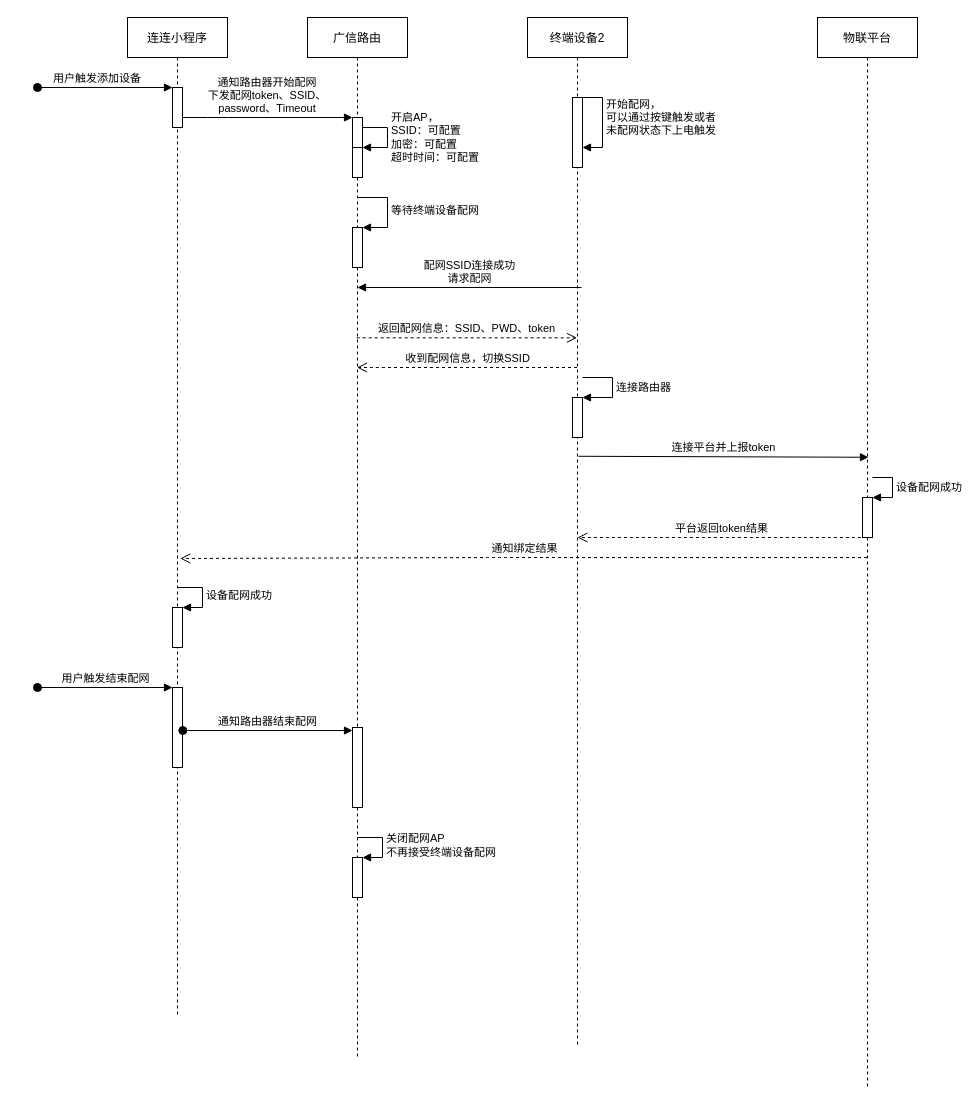
Earlier version of the draw.io diagram Untitled Diagram.drawio (xupenghu/bitmap). Source tidied: cells renumbered, new cells numbered last; positions are measured from the earlier drawing's top-left corner, leaving out a move shared by most shapes. Both pictures are drawn from the tidied source at 100%, with x=0, y=0 at pixel (37, 17).
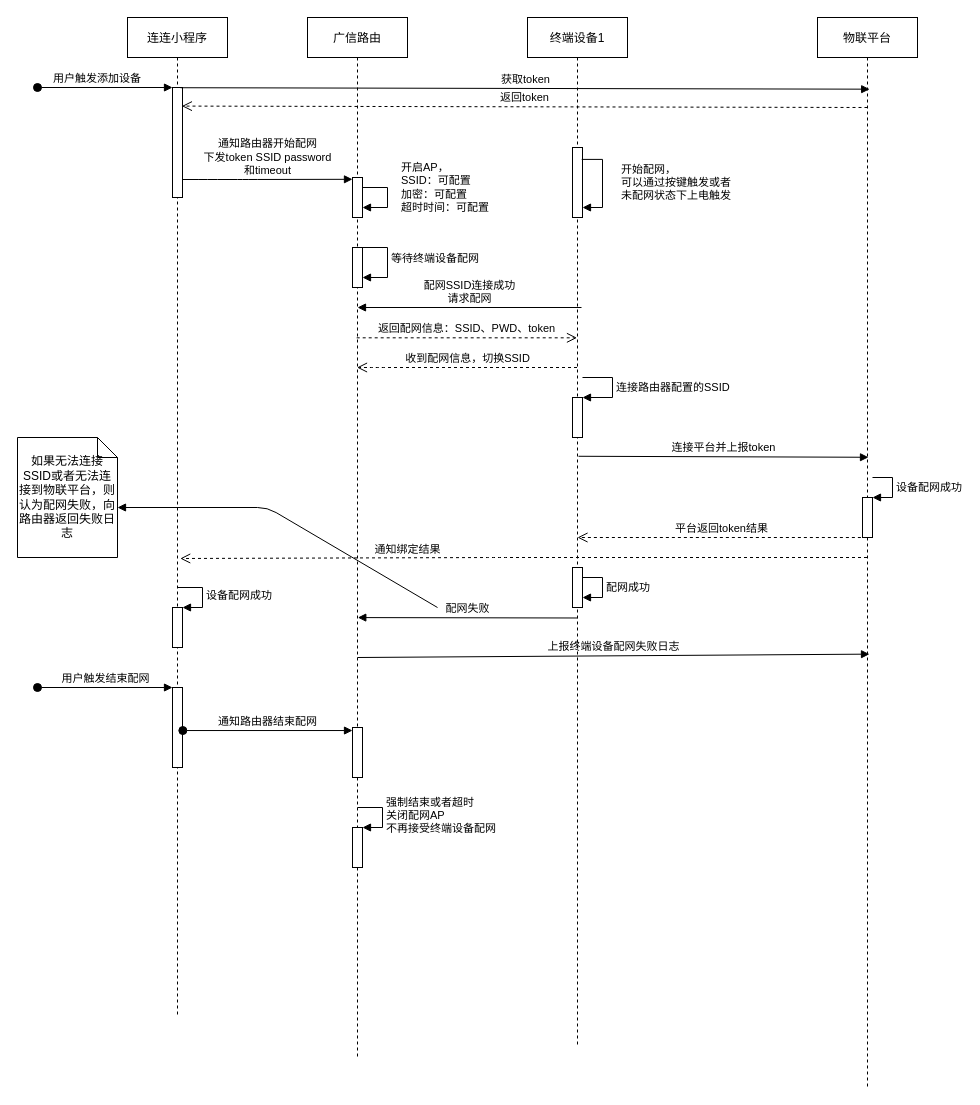
After the change.

Unchanged cells that the change refers to:
```xml
<mxCell id="2" value="连连小程序" style="shape=umlLifeline;perimeter=lifelinePerimeter;rounded=0;shadow=0;strokeWidth=1;" parent="1" vertex="1">
  <mxGeometry x="90" width="100" height="1000" as="geometry" />
</mxCell>
<mxCell id="9" value="广信路由" style="shape=umlLifeline;perimeter=lifelinePerimeter;rounded=0;shadow=0;strokeWidth=1;" parent="1" vertex="1">
  <mxGeometry x="270" width="100" height="1040" as="geometry" />
</mxCell>
<mxCell id="22" style="html=1;points=[];perimeter=orthogonalPerimeter;" parent="19" vertex="1">
  <mxGeometry x="45" y="380" width="10" height="40" as="geometry" />
</mxCell>
<mxCell id="25" value="物联平台" style="shape=umlLifeline;perimeter=lifelinePerimeter;rounded=0;shadow=0;strokeWidth=1;" parent="1" vertex="1">
  <mxGeometry x="780" width="100" height="1070" as="geometry" />
</mxCell>
```

Change to the diagram source:
```diff
@@
     <mxCell id="3" style="points=[];perimeter=orthogonalPerimeter;rounded=0;shadow=0;strokeWidth=1;" parent="2" vertex="1">
-      <mxGeometry x="45" y="70" width="10" height="40" as="geometry" />
+      <mxGeometry x="45" y="70" width="10" height="110" as="geometry" />
     </mxCell>
@@
     <mxCell id="10" style="points=[];perimeter=orthogonalPerimeter;rounded=0;shadow=0;strokeWidth=1;" parent="9" vertex="1">
-      <mxGeometry x="45" y="100" width="10" height="60" as="geometry" />
+      <mxGeometry x="45" y="160" width="10" height="40" as="geometry" />
     </mxCell>
-    <mxCell id="11" style="html=1;points=[];perimeter=orthogonalPerimeter;" parent="9" vertex="1">
-      <mxGeometry x="45" y="130" width="10" height="30" as="geometry" />
-    </mxCell>
-    <mxCell id="12" value="开启AP，&lt;br&gt;SSID：可配置&lt;br&gt;加密：可配置&lt;br&gt;超时时间：可配置" style="edgeStyle=orthogonalEdgeStyle;html=1;align=left;spacingLeft=2;endArrow=block;rounded=0;entryX=1;entryY=0;" parent="9" edge="1" target="11">
-      <mxGeometry relative="1" as="geometry">
-        <mxPoint x="55" y="110" as="sourcePoint" />
+    <mxCell id="12" value="开启AP，&lt;br&gt;SSID：可配置&lt;br&gt;加密：可配置&lt;br&gt;超时时间：可配置" style="edgeStyle=orthogonalEdgeStyle;html=1;align=left;spacingLeft=2;endArrow=block;rounded=0;" parent="9" edge="1">
+      <mxGeometry x="-0.29" y="10" relative="1" as="geometry">
+        <mxPoint x="55" y="170" as="sourcePoint" />
+        <mxPoint x="55" y="190" as="targetPoint" />
         <Array as="points">
-          <mxPoint x="80" y="110" />
+          <mxPoint x="55" y="170" />
+          <mxPoint x="80" y="170" />
+          <mxPoint x="80" y="190" />
         </Array>
       </mxGeometry>
     </mxCell>
     <mxCell id="13" style="html=1;points=[];perimeter=orthogonalPerimeter;" parent="9" vertex="1">
-      <mxGeometry x="45" y="210" width="10" height="40" as="geometry" />
+      <mxGeometry x="45" y="230" width="10" height="40" as="geometry" />
     </mxCell>
-    <mxCell id="14" value="等待终端设备配网" style="edgeStyle=orthogonalEdgeStyle;html=1;align=left;spacingLeft=2;endArrow=block;rounded=0;entryX=1;entryY=0;" parent="9" edge="1" target="13">
+    <mxCell id="14" value="等待终端设备配网" style="edgeStyle=orthogonalEdgeStyle;html=1;align=left;spacingLeft=2;endArrow=block;rounded=0;" parent="9" edge="1">
       <mxGeometry relative="1" as="geometry">
-        <mxPoint x="50" y="180" as="sourcePoint" />
+        <mxPoint x="55" y="230" as="sourcePoint" />
+        <mxPoint x="55" y="260" as="targetPoint" />
         <Array as="points">
-          <mxPoint x="80" y="180" />
-          <mxPoint x="80" y="210" />
+          <mxPoint x="51" y="230" />
+          <mxPoint x="80" y="230" />
+          <mxPoint x="80" y="260" />
         </Array>
       </mxGeometry>
     </mxCell>
     <mxCell id="15" style="html=1;points=[];perimeter=orthogonalPerimeter;" parent="9" vertex="1">
-      <mxGeometry x="45" y="710" width="10" height="80" as="geometry" />
+      <mxGeometry x="45" y="710" width="10" height="50" as="geometry" />
     </mxCell>
     <mxCell id="16" style="html=1;points=[];perimeter=orthogonalPerimeter;" parent="9" vertex="1">
-      <mxGeometry x="45" y="840" width="10" height="40" as="geometry" />
+      <mxGeometry x="45" y="810" width="10" height="40" as="geometry" />
     </mxCell>
-    <mxCell id="17" value="关闭配网AP&lt;br&gt;不再接受终端设备配网" style="edgeStyle=orthogonalEdgeStyle;html=1;align=left;spacingLeft=2;endArrow=block;rounded=0;entryX=1;entryY=0;" parent="9" edge="1" target="16">
+    <mxCell id="17" value="强制结束或者超时&lt;br&gt;关闭配网AP&lt;br&gt;不再接受终端设备配网" style="edgeStyle=orthogonalEdgeStyle;html=1;align=left;spacingLeft=2;endArrow=block;rounded=0;entryX=1;entryY=0;" parent="9" edge="1" target="16">
       <mxGeometry relative="1" as="geometry">
-        <mxPoint x="50" y="820" as="sourcePoint" />
+        <mxPoint x="50" y="790" as="sourcePoint" />
         <Array as="points">
-          <mxPoint x="75" y="820" />
+          <mxPoint x="75" y="790" />
         </Array>
       </mxGeometry>
     </mxCell>
-    <mxCell id="18" value="通知路由器开始配网&#10;下发配网token、SSID、&#10;password、Timeout" style="verticalAlign=bottom;endArrow=block;entryX=0;entryY=0;shadow=0;strokeWidth=1;" parent="1" edge="1" source="3" target="10">
-      <mxGeometry relative="1" as="geometry">
-        <Array as="points">
-          <mxPoint x="180" y="100" />
-        </Array>
-      </mxGeometry>
-    </mxCell>
+    <mxCell id="34" value="上报终端设备配网失败日志" style="html=1;verticalAlign=bottom;endArrow=block;entryX=0.52;entryY=0.595;entryDx=0;entryDy=0;entryPerimeter=0;" parent="9" edge="1" target="25">
+      <mxGeometry relative="1" as="geometry">
+        <mxPoint x="50" y="640" as="sourcePoint" />
+      </mxGeometry>
+    </mxCell>
-    <mxCell id="19" value="终端设备2" style="shape=umlLifeline;perimeter=lifelinePerimeter;rounded=0;shadow=0;strokeWidth=1;" parent="1" vertex="1">
+    <mxCell id="19" value="终端设备1" style="shape=umlLifeline;perimeter=lifelinePerimeter;rounded=0;shadow=0;strokeWidth=1;" parent="1" vertex="1">
       <mxGeometry x="490" width="100" height="1030" as="geometry" />
     </mxCell>
     <mxCell id="20" style="points=[];perimeter=orthogonalPerimeter;rounded=0;shadow=0;strokeWidth=1;" parent="19" vertex="1">
-      <mxGeometry x="45" y="80" width="10" height="70" as="geometry" />
+      <mxGeometry x="45" y="130" width="10" height="70" as="geometry" />
     </mxCell>
-    <mxCell id="21" value="开始配网，&lt;br&gt;可以通过按键触发或者&lt;br&gt;未配网状态下上电触发" style="edgeStyle=orthogonalEdgeStyle;html=1;align=left;spacingLeft=2;endArrow=block;rounded=0;" parent="19" edge="1" target="20">
-      <mxGeometry relative="1" as="geometry">
-        <mxPoint x="45" y="80" as="sourcePoint" />
+    <mxCell id="21" value="开始配网，&lt;br&gt;可以通过按键触发或者&lt;br&gt;未配网状态下上电触发" style="edgeStyle=orthogonalEdgeStyle;html=1;align=left;spacingLeft=2;endArrow=block;rounded=0;exitX=0.922;exitY=0.17;exitDx=0;exitDy=0;exitPerimeter=0;" parent="19" edge="1" source="20" target="20">
+      <mxGeometry x="-0.01" y="15" relative="1" as="geometry">
         <Array as="points">
-          <mxPoint x="75" y="80" />
-          <mxPoint x="75" y="130" />
+          <mxPoint x="75" y="142" />
+          <mxPoint x="75" y="190" />
         </Array>
       </mxGeometry>
     </mxCell>
@@
-    <mxCell id="23" value="连接路由器" style="edgeStyle=orthogonalEdgeStyle;html=1;align=left;spacingLeft=2;endArrow=block;rounded=0;entryX=1;entryY=0;" parent="19" edge="1" target="22">
+    <mxCell id="23" value="连接路由器配置的SSID" style="edgeStyle=orthogonalEdgeStyle;html=1;align=left;spacingLeft=2;endArrow=block;rounded=0;entryX=1;entryY=0;" parent="19" edge="1" target="22">
       <mxGeometry relative="1" as="geometry">
         <mxPoint x="55" y="360" as="sourcePoint" />
         <Array as="points">
           <mxPoint x="85" y="360" />
         </Array>
       </mxGeometry>
     </mxCell>
@@
+    <mxCell id="35" style="html=1;points=[];perimeter=orthogonalPerimeter;" parent="19" vertex="1">
+      <mxGeometry x="45" y="550" width="10" height="40" as="geometry" />
+    </mxCell>
+    <mxCell id="36" value="配网成功" style="edgeStyle=orthogonalEdgeStyle;html=1;align=left;spacingLeft=2;endArrow=block;rounded=0;" parent="19" edge="1" source="35" target="35">
+      <mxGeometry relative="1" as="geometry">
+        <Array as="points">
+          <mxPoint x="75" y="560" />
+          <mxPoint x="75" y="580" />
+        </Array>
+      </mxGeometry>
+    </mxCell>
@@
     <mxCell id="29" value="配网SSID连接成功&lt;br&gt;请求配网" style="html=1;verticalAlign=bottom;endArrow=block;entryX=0.477;entryY=0.228;entryDx=0;entryDy=0;entryPerimeter=0;" parent="1" edge="1">
       <mxGeometry relative="1" as="geometry">
-        <mxPoint x="544" y="270" as="sourcePoint" />
-        <mxPoint x="320" y="270" as="targetPoint" />
+        <mxPoint x="544" y="290" as="sourcePoint" />
+        <mxPoint x="320" y="290" as="targetPoint" />
       </mxGeometry>
     </mxCell>
@@
     <mxCell id="32" value="通知绑定结果" style="html=1;verticalAlign=bottom;endArrow=open;dashed=1;endSize=8;entryX=0.527;entryY=0.541;entryDx=0;entryDy=0;entryPerimeter=0;" parent="1" edge="1" source="25" target="2">
-      <mxGeometry relative="1" as="geometry">
+      <mxGeometry x="0.34" y="1" relative="1" as="geometry">
         <Array as="points">
           <mxPoint x="460" y="540" />
         </Array>
       </mxGeometry>
     </mxCell>
@@
+    <mxCell id="37" value="获取token" style="html=1;verticalAlign=bottom;endArrow=block;exitX=0.801;exitY=0.002;exitDx=0;exitDy=0;exitPerimeter=0;entryX=0.522;entryY=0.067;entryDx=0;entryDy=0;entryPerimeter=0;" parent="1" edge="1" source="3" target="25">
+      <mxGeometry relative="1" as="geometry" />
+    </mxCell>
+    <mxCell id="38" value="返回token" style="html=1;verticalAlign=bottom;endArrow=open;dashed=1;endSize=8;entryX=0.939;entryY=0.169;entryDx=0;entryDy=0;entryPerimeter=0;" parent="1" edge="1" target="3">
+      <mxGeometry relative="1" as="geometry">
+        <mxPoint x="830" y="90" as="sourcePoint" />
+      </mxGeometry>
+    </mxCell>
+    <mxCell id="18" value="通知路由器开始配网&lt;br&gt;下发token SSID password&lt;br&gt;和timeout" style="html=1;verticalAlign=bottom;endArrow=block;entryX=-0.003;entryY=0.045;entryDx=0;entryDy=0;entryPerimeter=0;" parent="1" edge="1" source="3" target="10">
+      <mxGeometry relative="1" as="geometry">
+        <Array as="points">
+          <mxPoint x="160" y="162" />
+          <mxPoint x="190" y="162" />
+          <mxPoint x="210" y="162" />
+        </Array>
+      </mxGeometry>
+    </mxCell>
+    <mxCell id="39" value="配网失败" style="html=1;verticalAlign=bottom;endArrow=block;exitX=0.5;exitY=0.583;exitDx=0;exitDy=0;exitPerimeter=0;entryX=0.503;entryY=0.577;entryDx=0;entryDy=0;entryPerimeter=0;" parent="1" edge="1" source="19" target="9">
+      <mxGeometry relative="1" as="geometry" />
+    </mxCell>
+    <mxCell id="40" value="如果无法连接SSID或者无法连接到物联平台，则认为配网失败，向路由器返回失败日志" style="shape=note;size=20;whiteSpace=wrap;html=1;" parent="1" vertex="1">
+      <mxGeometry x="-20" y="420" width="100" height="120" as="geometry" />
+    </mxCell>
+    <mxCell id="41" style="html=1;verticalAlign=bottom;endArrow=block;entryX=0;entryY=0;entryDx=100;entryDy=70;entryPerimeter=0;" parent="1" edge="1" target="40">
+      <mxGeometry relative="1" as="geometry">
+        <mxPoint x="400" y="590" as="sourcePoint" />
+        <Array as="points">
+          <mxPoint x="230" y="490" />
+        </Array>
+      </mxGeometry>
+    </mxCell>
```
